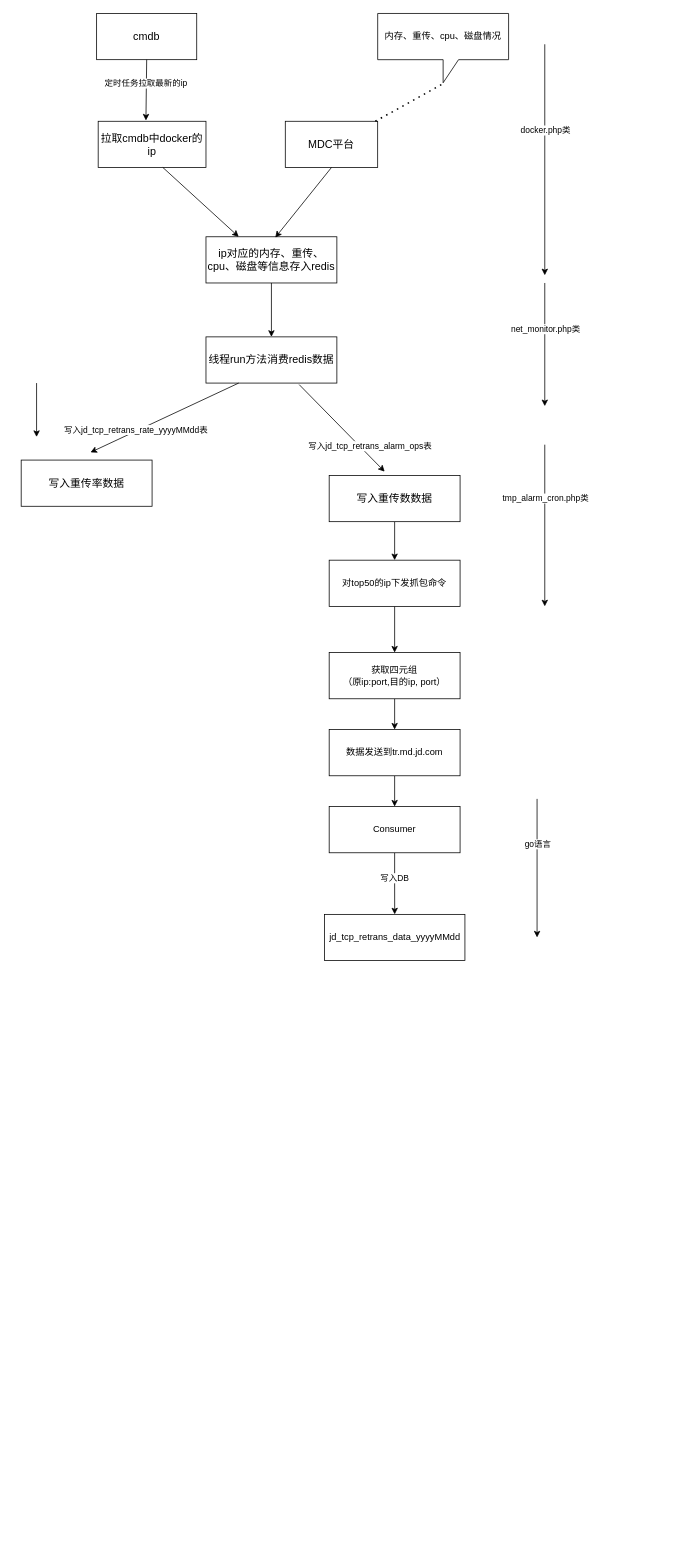
The draw.io diagram src/Untitled Diagram.drawio in sshzhang/huaweiCode2019, before the edit. Source tidied: cells renumbered, new cells numbered last; positions are measured from the earlier drawing's top-left corner, leaving out a move shared by most shapes. Both pictures are drawn from the tidied source at 77%, with x=0, y=0 at pixel (21, 13).
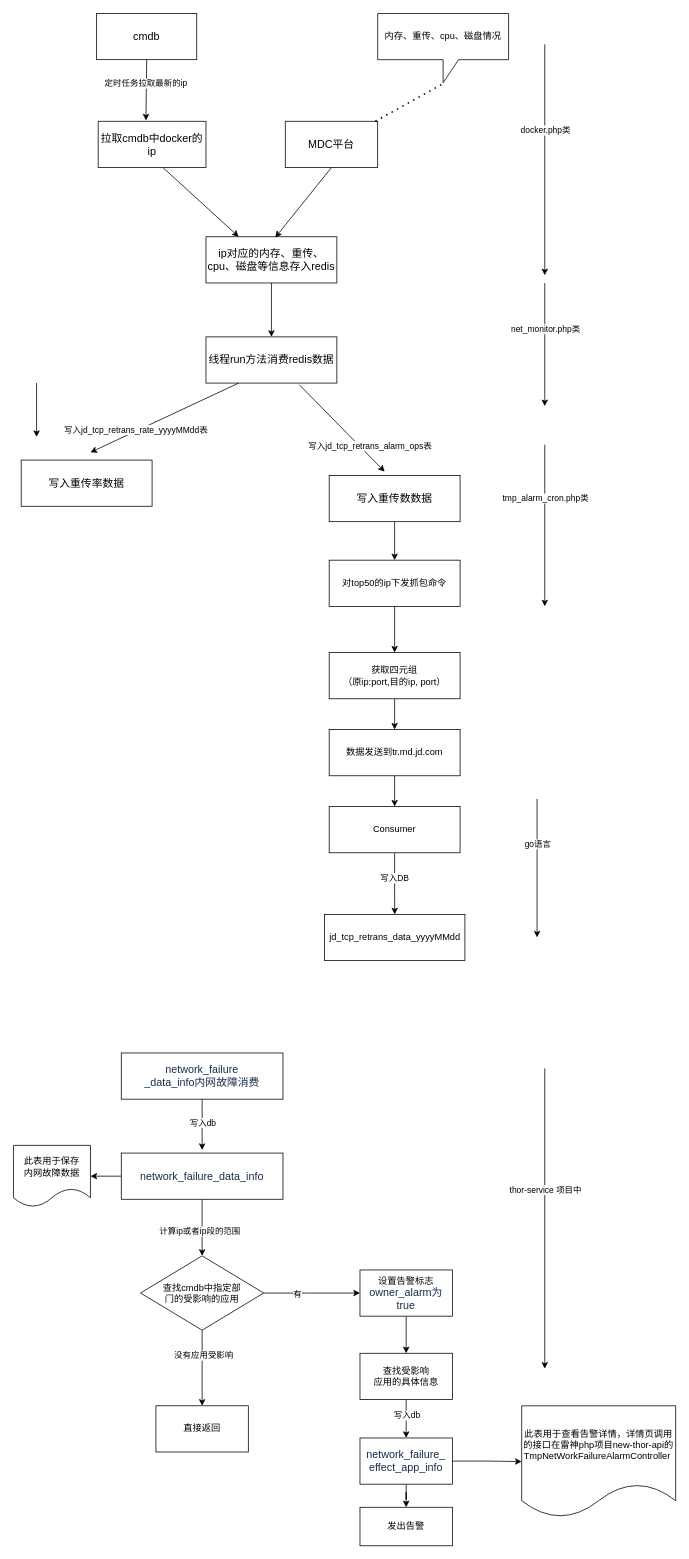
The same diagram, later.

What changed in the source:
```diff
@@
+    <mxCell id="40" value="&lt;span style=&quot;color: rgb(23 , 43 , 77) ; font-family: , , &amp;#34;segoe ui&amp;#34; , &amp;#34;roboto&amp;#34; , &amp;#34;oxygen&amp;#34; , &amp;#34;ubuntu&amp;#34; , &amp;#34;fira sans&amp;#34; , &amp;#34;droid sans&amp;#34; , &amp;#34;helvetica neue&amp;#34; , sans-serif ; font-size: 14px ; text-align: left ; background-color: rgb(255 , 255 , 255)&quot;&gt;network_failure&lt;br&gt;_data_info内网故障消费&lt;/span&gt;" style="rounded=0;whiteSpace=wrap;html=1;" parent="1" vertex="1">
+      <mxGeometry x="130" y="1350" width="210" height="60" as="geometry" />
+    </mxCell>
+    <mxCell id="41" style="endArrow=classic;html=1;" parent="1" edge="1">
+      <mxGeometry relative="1" as="geometry">
+        <mxPoint x="680" y="1370" as="sourcePoint" />
+        <mxPoint x="680" y="1760" as="targetPoint" />
+      </mxGeometry>
+    </mxCell>
+    <mxCell id="42" value="thor-service 项目中" style="edgeLabel;html=1;align=center;verticalAlign=middle;" parent="41" vertex="1">
+      <mxGeometry x="-0.26" relative="1" as="geometry">
+        <mxPoint y="13" as="offset" />
+      </mxGeometry>
+    </mxCell>
+    <mxCell id="43" style="edgeStyle=orthogonalEdgeStyle;rounded=0;jettySize=auto;html=1;" parent="1" edge="1" source="46" target="53">
+      <mxGeometry relative="1" as="geometry" />
+    </mxCell>
+    <mxCell id="44" value="计算ip或者ip段的范围" style="edgeLabel;html=1;align=center;verticalAlign=middle;" parent="43" vertex="1">
+      <mxGeometry x="0.12" y="-4" relative="1" as="geometry" />
+    </mxCell>
+    <mxCell id="45" style="edgeStyle=orthogonalEdgeStyle;rounded=0;jettySize=auto;html=1;" parent="1" edge="1" source="46" target="64">
+      <mxGeometry relative="1" as="geometry" />
+    </mxCell>
+    <mxCell id="46" value="&lt;span style=&quot;color: rgb(23 , 43 , 77) ; font-family: , , &amp;#34;segoe ui&amp;#34; , &amp;#34;roboto&amp;#34; , &amp;#34;oxygen&amp;#34; , &amp;#34;ubuntu&amp;#34; , &amp;#34;fira sans&amp;#34; , &amp;#34;droid sans&amp;#34; , &amp;#34;helvetica neue&amp;#34; , sans-serif ; font-size: 14px ; text-align: left ; background-color: rgb(255 , 255 , 255)&quot;&gt;network_failure_data_info&lt;/span&gt;" style="rounded=0;whiteSpace=wrap;html=1;" parent="1" vertex="1">
+      <mxGeometry x="130" y="1480" width="210" height="60" as="geometry" />
+    </mxCell>
+    <mxCell id="47" style="endArrow=classic;html=1;exitX=0.5;exitY=1;exitDx=0;exitDy=0;" parent="1" edge="1" source="40">
+      <mxGeometry relative="1" as="geometry">
+        <mxPoint x="235" y="1476" as="targetPoint" />
+      </mxGeometry>
+    </mxCell>
+    <mxCell id="48" value="写入db" style="edgeLabel;html=1;align=center;verticalAlign=middle;" parent="47" vertex="1">
+      <mxGeometry x="-0.52" y="-1" relative="1" as="geometry">
+        <mxPoint x="1" y="14" as="offset" />
+      </mxGeometry>
+    </mxCell>
+    <mxCell id="49" style="edgeStyle=orthogonalEdgeStyle;rounded=0;jettySize=auto;html=1;" parent="1" edge="1" source="53" target="54">
+      <mxGeometry relative="1" as="geometry" />
+    </mxCell>
+    <mxCell id="50" value="没有应用受影响" style="edgeLabel;html=1;align=center;verticalAlign=middle;" parent="49" vertex="1">
+      <mxGeometry x="-0.35" y="1" relative="1" as="geometry" />
+    </mxCell>
+    <mxCell id="51" style="edgeStyle=orthogonalEdgeStyle;rounded=0;jettySize=auto;html=1;" parent="1" edge="1" source="53" target="56">
+      <mxGeometry relative="1" as="geometry" />
+    </mxCell>
+    <mxCell id="52" value="有" style="edgeLabel;html=1;align=center;verticalAlign=middle;" parent="51" vertex="1">
+      <mxGeometry x="-0.3" y="-1" relative="1" as="geometry" />
+    </mxCell>
+    <mxCell id="53" value="查找cmdb中指定部&lt;br&gt;门的受影响的应用" style="rhombus;whiteSpace=wrap;html=1;rounded=0;" parent="1" vertex="1">
+      <mxGeometry x="155" y="1613.5" width="160" height="96.5" as="geometry" />
+    </mxCell>
+    <mxCell id="54" value="直接返回" style="whiteSpace=wrap;html=1;rounded=0;" parent="1" vertex="1">
+      <mxGeometry x="175" y="1808.2" width="120" height="60" as="geometry" />
+    </mxCell>
+    <mxCell id="55" style="edgeStyle=orthogonalEdgeStyle;rounded=0;jettySize=auto;html=1;" parent="1" edge="1" source="56" target="59">
+      <mxGeometry relative="1" as="geometry" />
+    </mxCell>
+    <mxCell id="56" value="设置告警标志&lt;span style=&quot;color: rgb(23 , 43 , 77) ; font-family: , , &amp;#34;segoe ui&amp;#34; , &amp;#34;roboto&amp;#34; , &amp;#34;oxygen&amp;#34; , &amp;#34;ubuntu&amp;#34; , &amp;#34;fira sans&amp;#34; , &amp;#34;droid sans&amp;#34; , &amp;#34;helvetica neue&amp;#34; , sans-serif ; font-size: 14px ; text-align: left ; background-color: rgb(255 , 255 , 255)&quot;&gt;owner_alarm为true&lt;/span&gt;" style="whiteSpace=wrap;html=1;rounded=0;" parent="1" vertex="1">
+      <mxGeometry x="440" y="1631.8" width="120" height="60" as="geometry" />
+    </mxCell>
+    <mxCell id="57" style="edgeStyle=orthogonalEdgeStyle;rounded=0;jettySize=auto;html=1;" parent="1" edge="1" source="59" target="62">
+      <mxGeometry relative="1" as="geometry" />
+    </mxCell>
+    <mxCell id="58" value="写入db" style="edgeLabel;html=1;align=center;verticalAlign=middle;" parent="57" vertex="1">
+      <mxGeometry x="0.28" y="2" relative="1" as="geometry">
+        <mxPoint x="-2" y="-12" as="offset" />
+      </mxGeometry>
+    </mxCell>
+    <mxCell id="59" value="查找受影响&lt;br&gt;应用的具体信息" style="whiteSpace=wrap;html=1;rounded=0;" parent="1" vertex="1">
+      <mxGeometry x="440" y="1740" width="120" height="60" as="geometry" />
+    </mxCell>
+    <mxCell id="60" style="edgeStyle=orthogonalEdgeStyle;rounded=0;jettySize=auto;html=1;" parent="1" edge="1" source="62" target="63">
+      <mxGeometry relative="1" as="geometry" />
+    </mxCell>
+    <mxCell id="61" style="edgeStyle=orthogonalEdgeStyle;rounded=0;jettySize=auto;html=1;" parent="1" edge="1" source="62" target="65">
+      <mxGeometry relative="1" as="geometry" />
+    </mxCell>
+    <mxCell id="62" value="&lt;span style=&quot;color: rgb(23 , 43 , 77) ; font-family: , , &amp;#34;segoe ui&amp;#34; , &amp;#34;roboto&amp;#34; , &amp;#34;oxygen&amp;#34; , &amp;#34;ubuntu&amp;#34; , &amp;#34;fira sans&amp;#34; , &amp;#34;droid sans&amp;#34; , &amp;#34;helvetica neue&amp;#34; , sans-serif ; font-size: 14px ; text-align: left ; background-color: rgb(255 , 255 , 255)&quot;&gt;network_failure_&lt;br&gt;effect_app_info&lt;/span&gt;" style="whiteSpace=wrap;html=1;rounded=0;" parent="1" vertex="1">
+      <mxGeometry x="440" y="1850" width="120" height="60" as="geometry" />
+    </mxCell>
+    <mxCell id="63" value="此表用于查看告警详情，详情页调用的接口在雷神php项目new-thor-api的&lt;br&gt;TmpNetWorkFailureAlarmController&amp;nbsp;" style="shape=document;whiteSpace=wrap;html=1;boundedLbl=1;rounded=0;" parent="1" vertex="1">
+      <mxGeometry x="650" y="1808.2" width="200" height="145" as="geometry" />
+    </mxCell>
+    <mxCell id="64" value="此表用于保存&lt;br&gt;内网故障数据" style="shape=document;whiteSpace=wrap;html=1;boundedLbl=1;rounded=0;" parent="1" vertex="1">
+      <mxGeometry x="-10" y="1470" width="100" height="80" as="geometry" />
+    </mxCell>
+    <mxCell id="65" value="发出告警" style="whiteSpace=wrap;html=1;rounded=0;" parent="1" vertex="1">
+      <mxGeometry x="440" y="1940" width="120" height="50" as="geometry" />
+    </mxCell>
```
